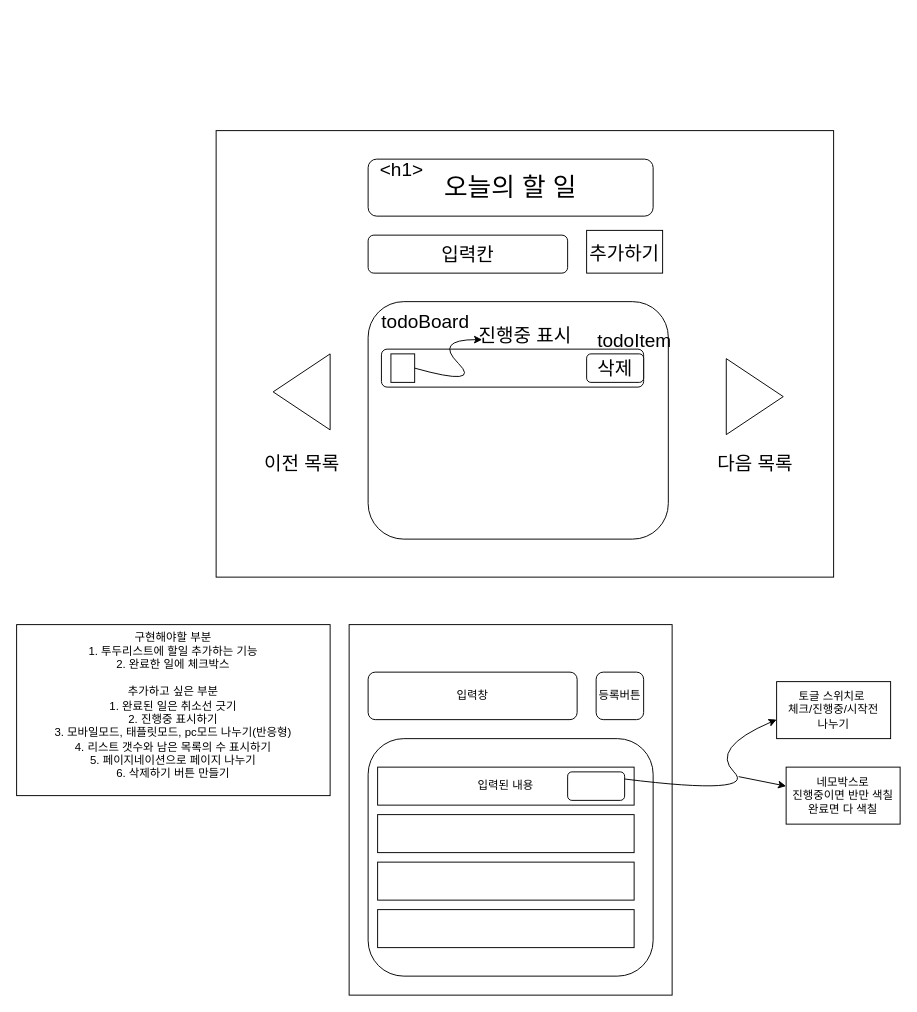
Above: 투두리스트 목업.drawio in kijiwon/projcet-todoList (draw.io), before the change. Source tidied: cells renumbered, new cells numbered last; positions are measured from the earlier drawing's top-left corner, leaving out a move shared by most shapes. Both pictures are drawn from the tidied source at 95%, with x=0, y=0 at pixel (16, 130).
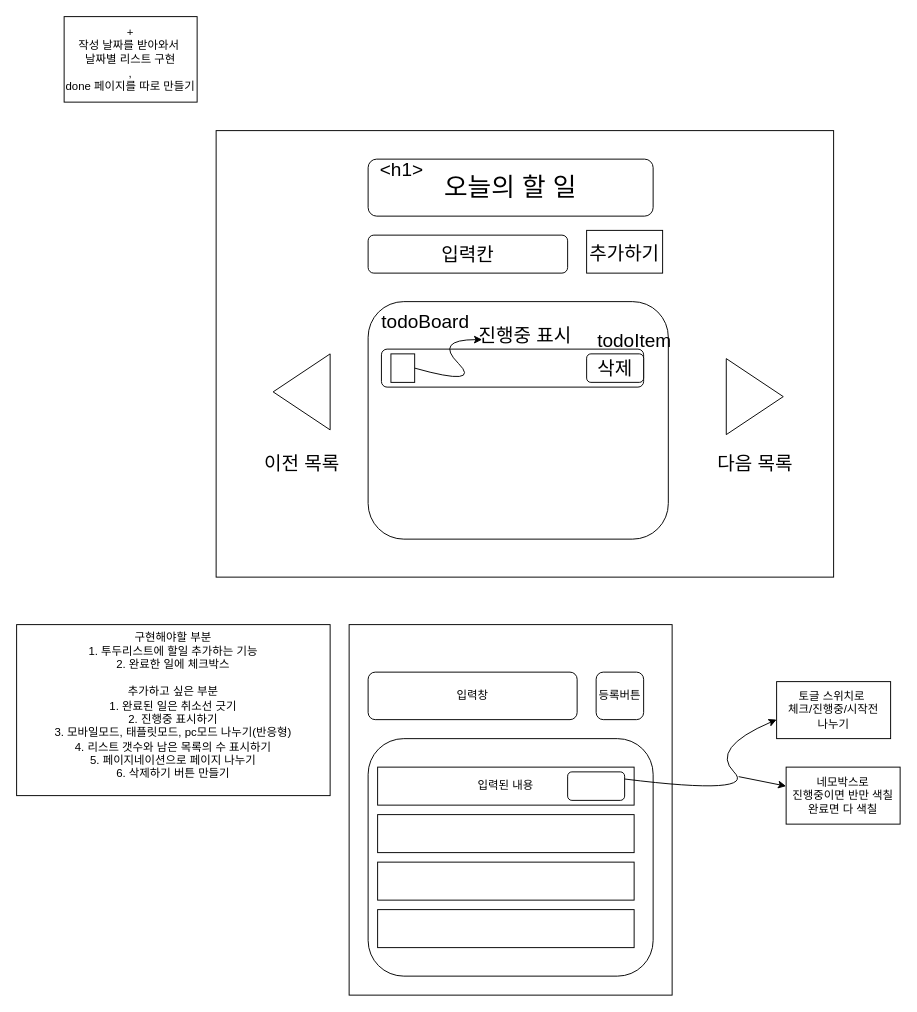
The same page after the edit.

Change to the diagram source:
```diff
@@
+    <mxCell id="33" value="+&lt;br&gt;작성 날짜를 받아와서&amp;nbsp;&lt;br&gt;날짜별 리스트 구현&lt;br&gt;,&lt;br&gt;done 페이지를 따로 만들기" style="whiteSpace=wrap;html=1;" parent="1" vertex="1">
+      <mxGeometry x="50" y="-120" width="140" height="90" as="geometry" />
+    </mxCell>
```
